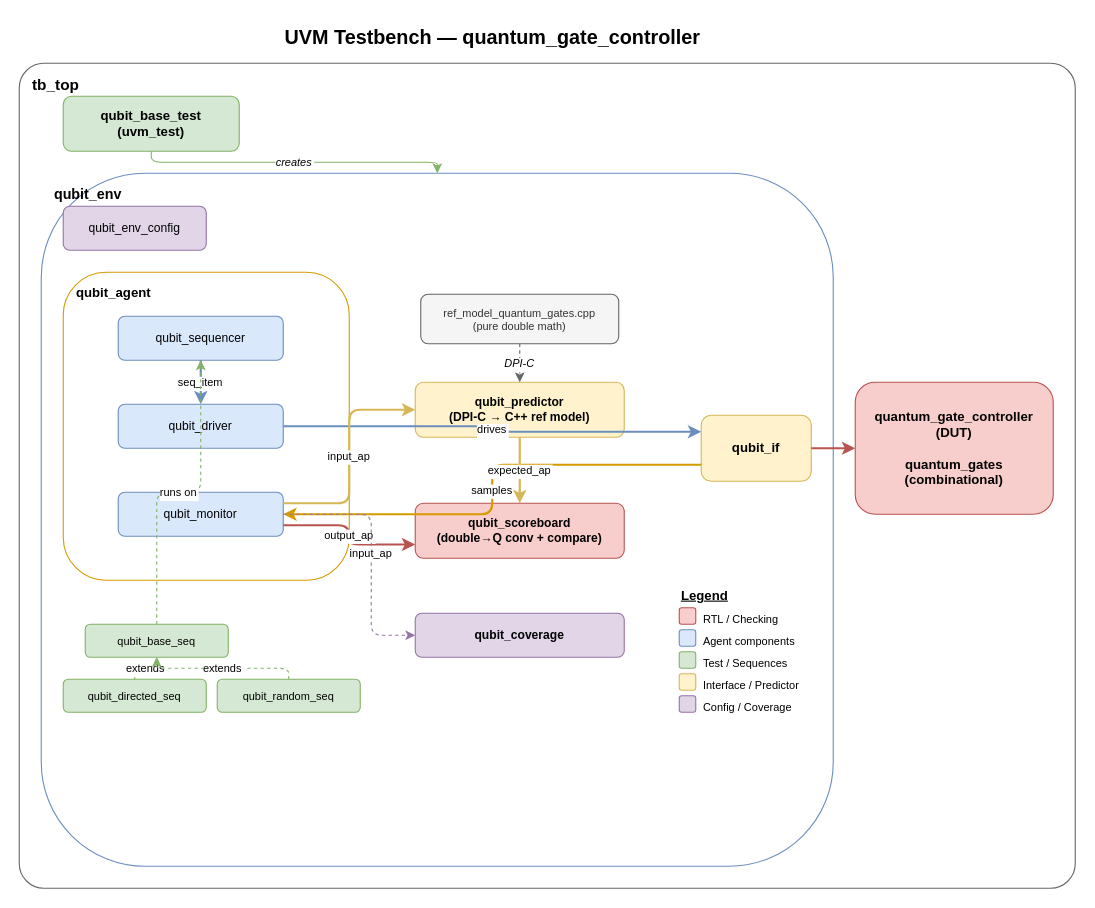
Earlier version of the draw.io diagram one_qubit/tb/uvm/uvm_architecture.drawio (XinlueLiu/quantum_fpga_uvm). Source tidied: cells renumbered, new cells numbered last; positions are measured from the earlier drawing's top-left corner, leaving out a move shared by most shapes. Both pictures are drawn from the tidied source at 110%, with x=0, y=0 at pixel (19, 19).
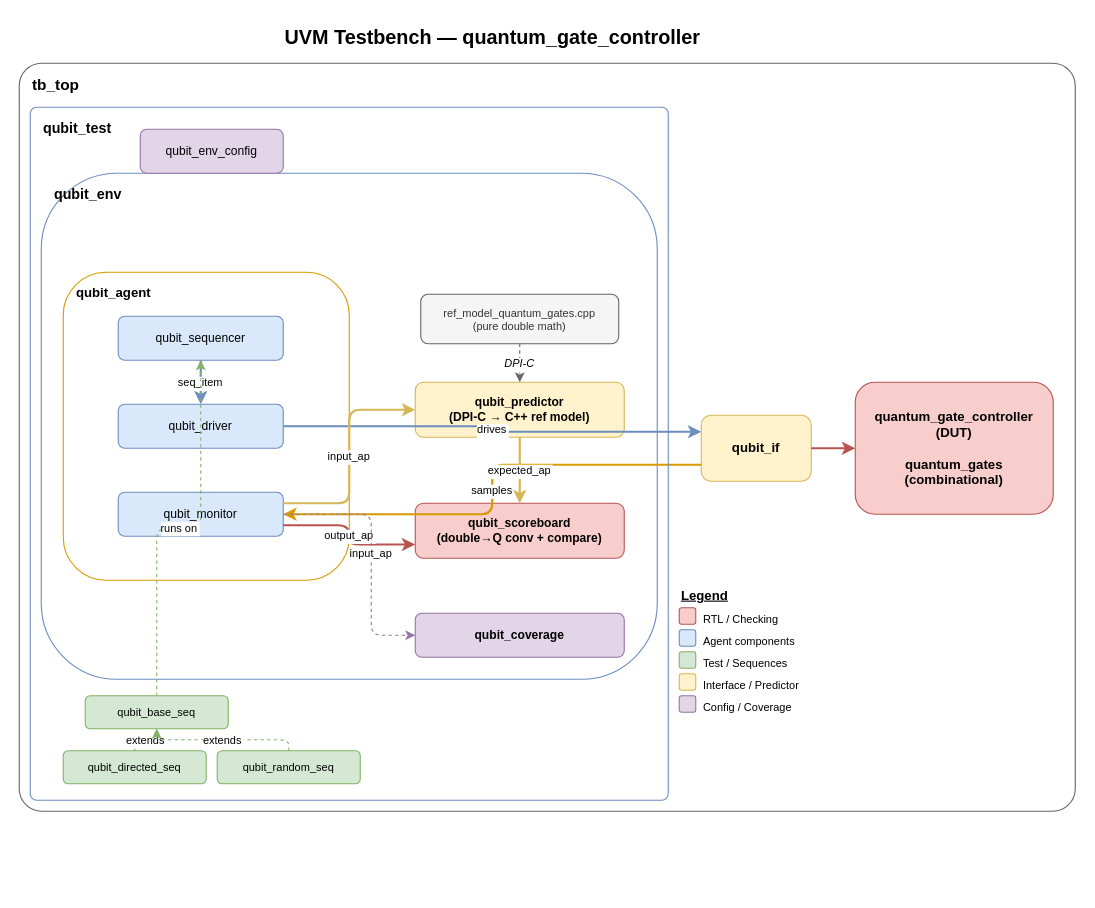
The same page after the edit.

Commit message (it also covers changes not shown here):
restructure uvm draw.io . add top level and tests

What changed in the source:
```diff
@@
     <mxCell id="3" value="tb_top" style="rounded=1;whiteSpace=wrap;fillColor=none;strokeColor=#666666;fontSize=14;fontStyle=1;verticalAlign=top;align=left;spacingLeft=10;spacingTop=5;arcSize=3;" parent="1" vertex="1">
-      <mxGeometry y="40" width="960" height="750" as="geometry" />
+      <mxGeometry y="40" width="960" height="680" as="geometry" />
     </mxCell>
-    <mxCell id="4" value="qubit_base_test&#10;(uvm_test)" style="rounded=1;whiteSpace=wrap;fillColor=#d5e8d4;strokeColor=#82b366;fontSize=12;fontStyle=1;" parent="1" vertex="1">
-      <mxGeometry x="40" y="70" width="160" height="50" as="geometry" />
-    </mxCell>
     <mxCell id="5" value="qubit_env" style="rounded=1;whiteSpace=wrap;fillColor=none;strokeColor=#6c8ebf;fontSize=13;fontStyle=1;verticalAlign=top;align=left;spacingLeft=10;spacingTop=5;" parent="1" vertex="1">
-      <mxGeometry x="20" y="140" width="720" height="630" as="geometry" />
+      <mxGeometry x="20" y="140" width="560" height="460" as="geometry" />
     </mxCell>
     <mxCell id="6" value="qubit_env_config" style="rounded=1;whiteSpace=wrap;fillColor=#e1d5e7;strokeColor=#9673a6;fontSize=11;" parent="1" vertex="1">
-      <mxGeometry x="40" y="170" width="130" height="40" as="geometry" />
+      <mxGeometry x="110" y="100" width="130" height="40" as="geometry" />
     </mxCell>
@@
     <mxCell id="11" value="qubit_base_seq" style="rounded=1;whiteSpace=wrap;fillColor=#d5e8d4;strokeColor=#82b366;fontSize=10;" parent="1" vertex="1">
-      <mxGeometry x="60" y="550" width="130" height="30" as="geometry" />
+      <mxGeometry x="60" y="615" width="130" height="30" as="geometry" />
     </mxCell>
     <mxCell id="12" value="qubit_directed_seq" style="rounded=1;whiteSpace=wrap;fillColor=#d5e8d4;strokeColor=#82b366;fontSize=10;" parent="1" vertex="1">
-      <mxGeometry x="40" y="600" width="130" height="30" as="geometry" />
+      <mxGeometry x="40" y="665" width="130" height="30" as="geometry" />
     </mxCell>
     <mxCell id="13" value="qubit_random_seq" style="rounded=1;whiteSpace=wrap;fillColor=#d5e8d4;strokeColor=#82b366;fontSize=10;" parent="1" vertex="1">
-      <mxGeometry x="180" y="600" width="130" height="30" as="geometry" />
+      <mxGeometry x="180" y="665" width="130" height="30" as="geometry" />
     </mxCell>
@@
-    <mxCell id="21" value="creates" style="edgeStyle=orthogonalEdgeStyle;strokeColor=#82b366;fontSize=10;fontStyle=2;" parent="1" edge="1" source="4" target="5">
-      <mxGeometry relative="1" as="geometry" />
-    </mxCell>
@@
+    <mxCell id="44" value="qubit_test" style="rounded=1;whiteSpace=wrap;fillColor=none;strokeColor=#6c8ebf;fontSize=13;fontStyle=1;verticalAlign=top;align=left;spacingLeft=10;spacingTop=5;arcSize=1;" parent="1" vertex="1">
+      <mxGeometry x="10" y="80" width="580" height="630" as="geometry" />
+    </mxCell>
```
